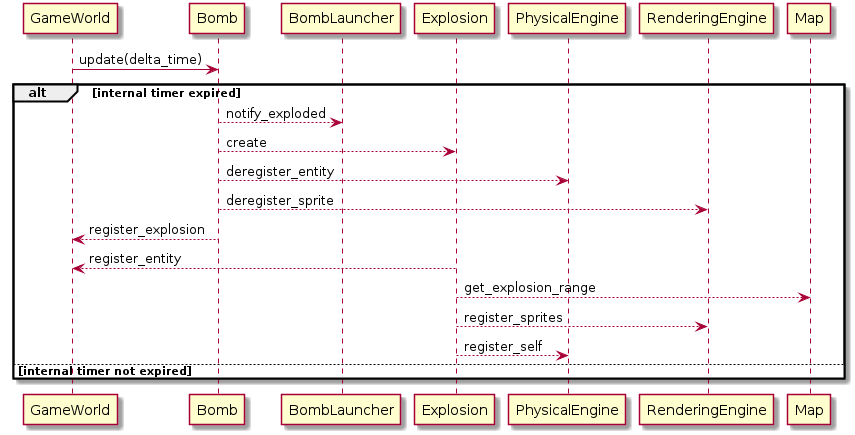
Before: docs/img/UC_2_2.png, a diagram exported from PlantUML (NadzwyczajnaGrupaRobocza/bomberman).
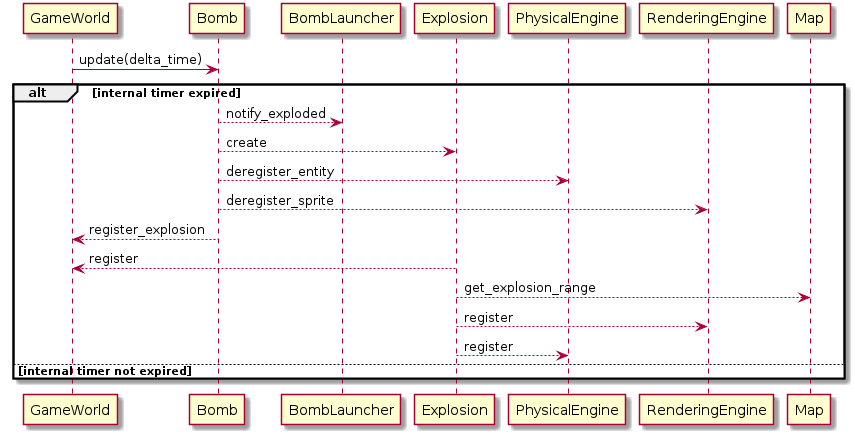
Above is the later version.

Change to the diagram source:
```diff
@@ -9,10 +9,10 @@
 Bomb --> GameWorld : register_explosion
 
 
-Explosion --> GameWorld : register_entity
+Explosion --> GameWorld : register
 Explosion --> Map : get_explosion_range
-Explosion --> RenderingEngine : register_sprites
-Explosion --> PhysicalEngine : register_self
+Explosion --> RenderingEngine : register
+Explosion --> PhysicalEngine : register
 
 else internal timer not expired
 end
```
